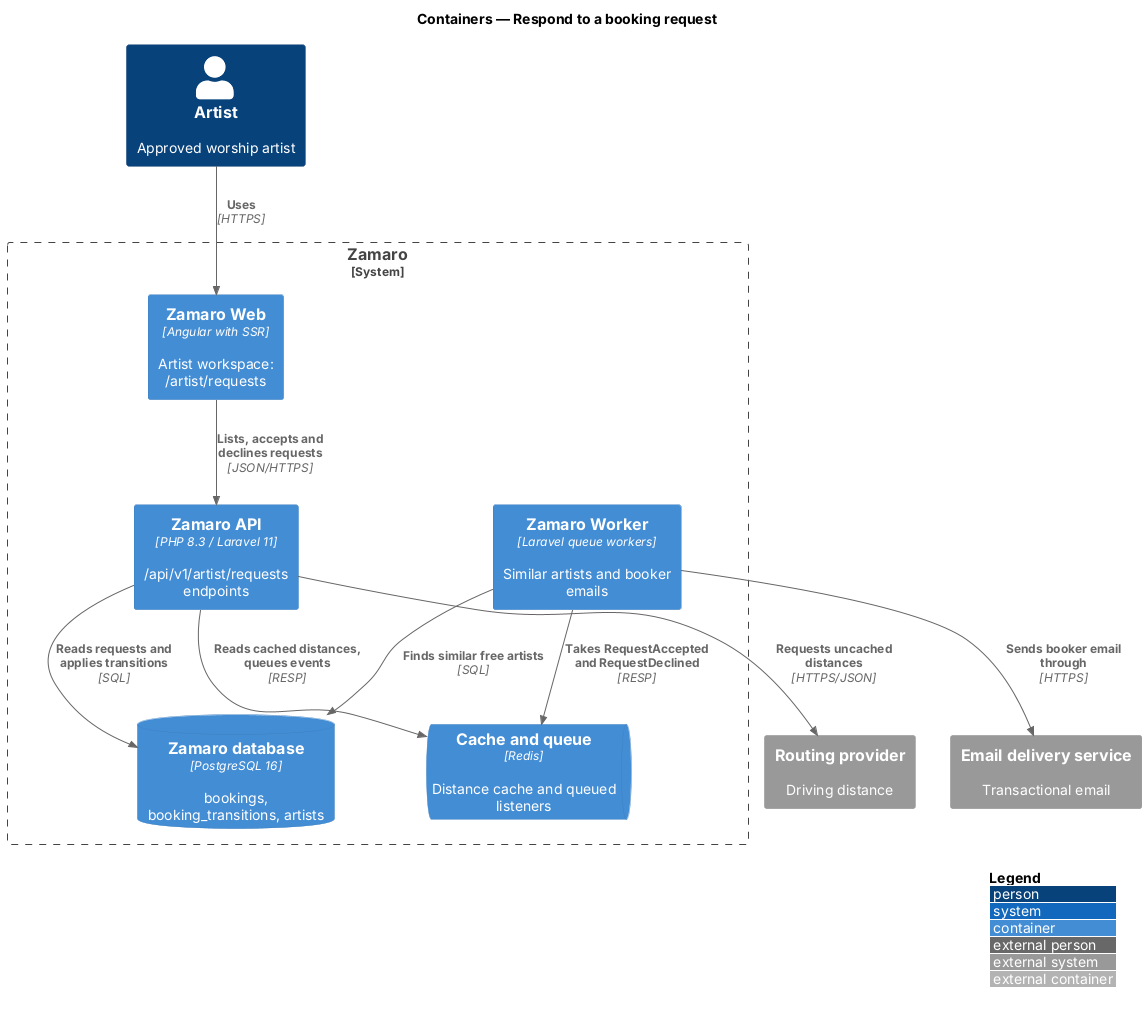
Before: docs/detailed-designs/bookings/respond-to-booking-request/diagrams/c4-container.png, a diagram exported from PlantUML (QuinntyneBrown/zamaro).
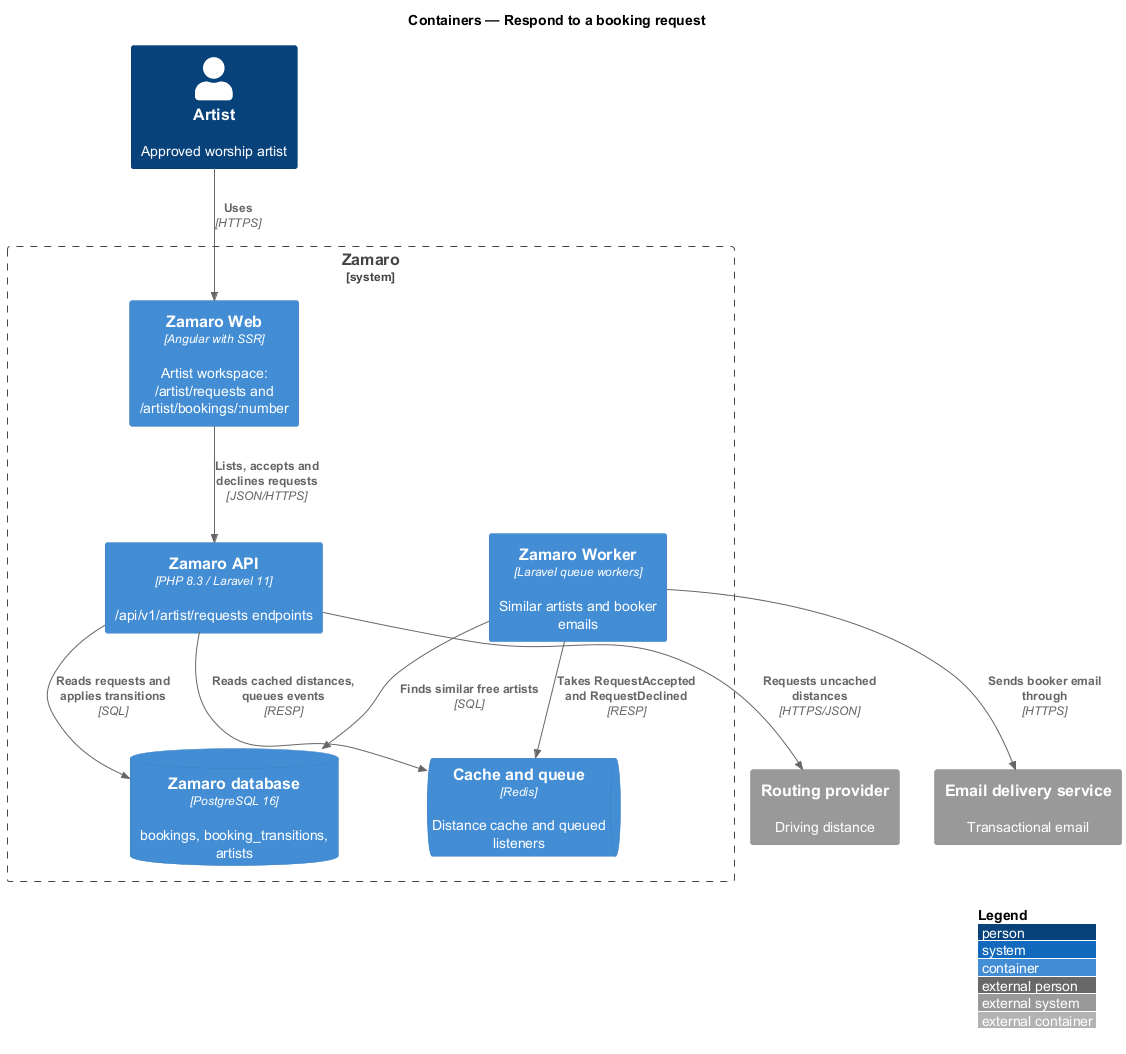
After the change.

The edit, as a diff of the source:
```diff
@@ -7,7 +7,7 @@
 System_Ext(routing, "Routing provider", "Driving distance")
 System_Ext(email, "Email delivery service", "Transactional email")
 System_Boundary(zamaro, "Zamaro") {
-  Container(web, "Zamaro Web", "Angular with SSR", "Artist workspace: /artist/requests")
+  Container(web, "Zamaro Web", "Angular with SSR", "Artist workspace: /artist/requests and /artist/bookings/:number")
   Container(api, "Zamaro API", "PHP 8.3 / Laravel 11", "/api/v1/artist/requests endpoints")
   Container(worker, "Zamaro Worker", "Laravel queue workers", "Similar artists and booker emails")
   ContainerDb(db, "Zamaro database", "PostgreSQL 16", "bookings, booking_transitions, artists")
```
